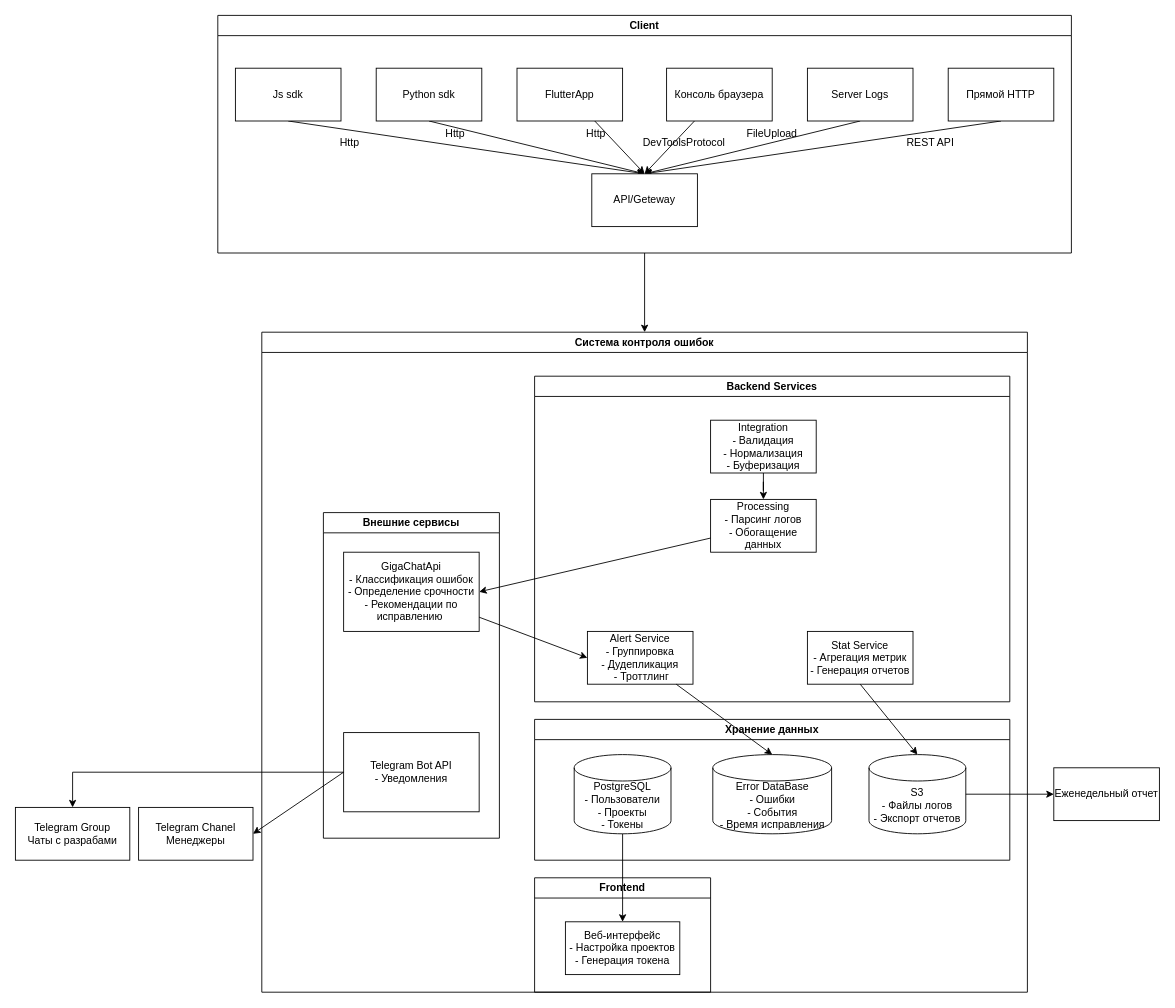
Before: диаграмма передачи данных.drawio in Bebric123/diplom, a draw.io diagram. Source tidied: cells renumbered, new cells numbered last; positions are measured from the earlier drawing's top-left corner, leaving out a move shared by most shapes. Both pictures are drawn from the tidied source at 88%, with x=0, y=0 at pixel (15, 15).
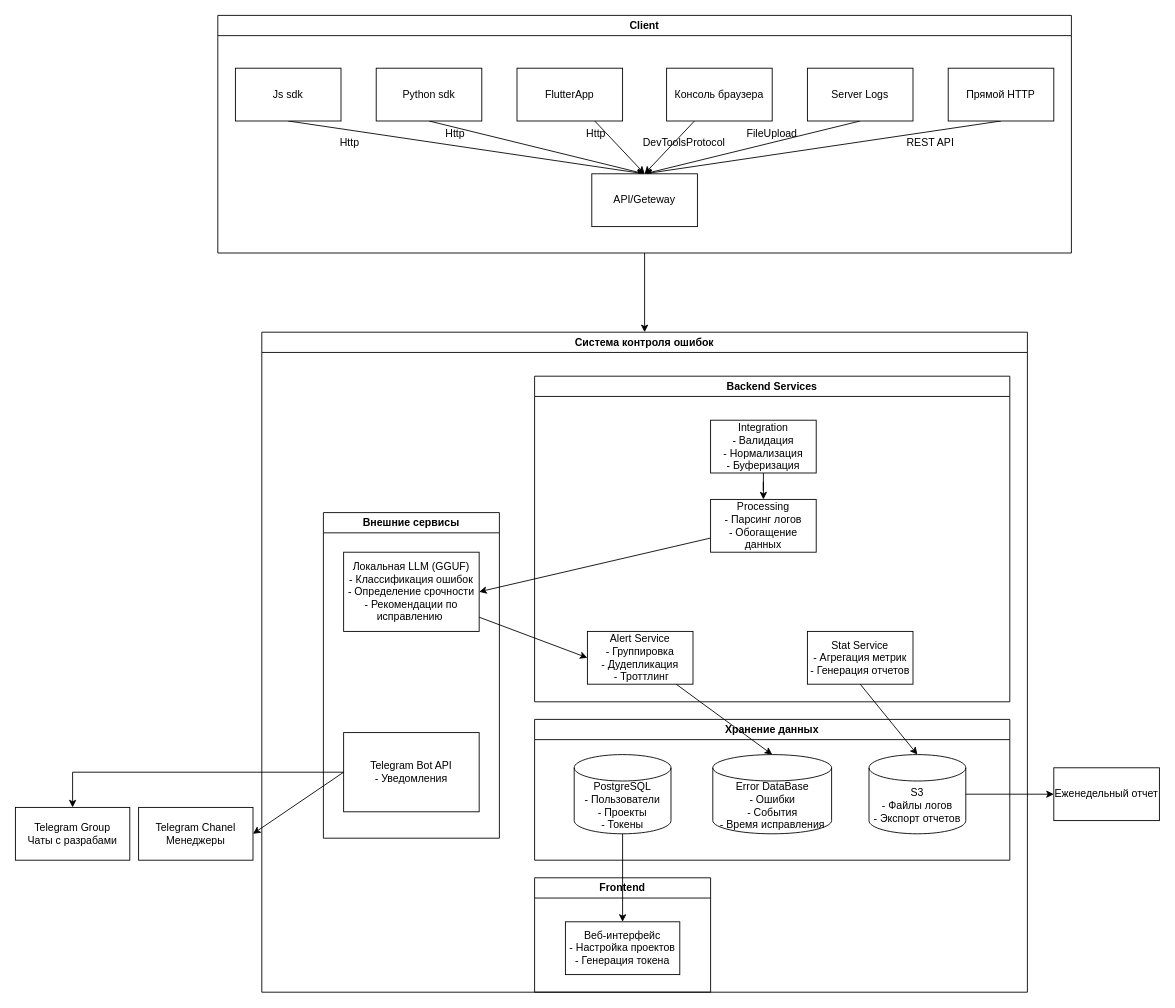
After the change.

The change refers to these unchanged cells:
```xml
<mxCell id="38" value="Внешние сервисы" style="swimlane;whiteSpace=wrap;html=1;" parent="23" vertex="1">
  <mxGeometry x="70" y="205" width="200" height="370" as="geometry" />
</mxCell>
```

Diff of the diagram source:
```diff
@@
-    <mxCell id="39" value="GigaChatApi&lt;div&gt;- Классификация ошибок&lt;/div&gt;&lt;div&gt;- Определение срочности&lt;/div&gt;&lt;div&gt;- Рекомендации по исправлению&amp;nbsp;&lt;/div&gt;" style="rounded=0;whiteSpace=wrap;html=1;" parent="38" vertex="1">
+    <mxCell id="39" value="Локальная LLM (GGUF)&lt;div&gt;- Классификация ошибок&lt;/div&gt;&lt;div&gt;- Определение срочности&lt;/div&gt;&lt;div&gt;- Рекомендации по исправлению&amp;nbsp;&lt;/div&gt;" style="rounded=0;whiteSpace=wrap;html=1;" parent="38" vertex="1">
       <mxGeometry x="23" y="45" width="154" height="90" as="geometry" />
     </mxCell>
```
